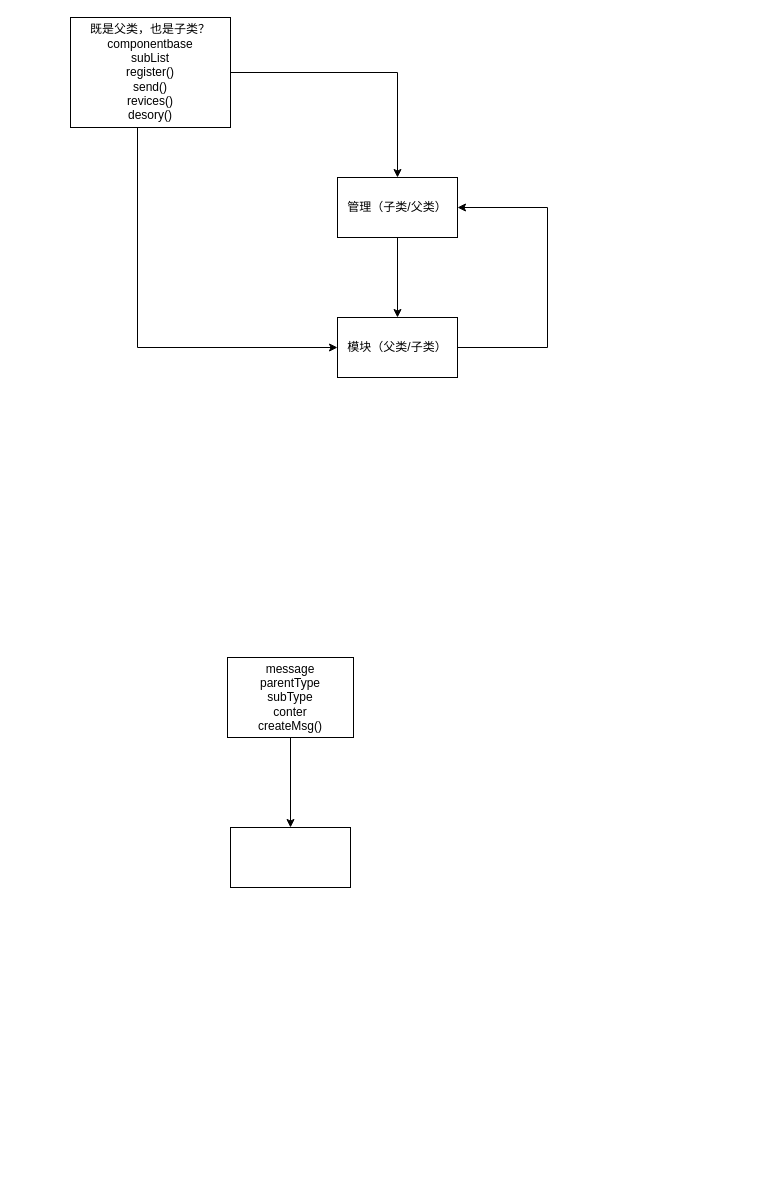
This is page "消息框架" (3 of 3) of Untitled Diagram.drawio from 605682883/flowPhoto, a draw.io file, before an edit. Source tidied: cells renumbered, new cells numbered last; positions are measured from the earlier drawing's top-left corner, leaving out a move shared by most shapes. Both pictures are drawn from the tidied source at 100%, with x=0, y=0 at pixel (70, 17).
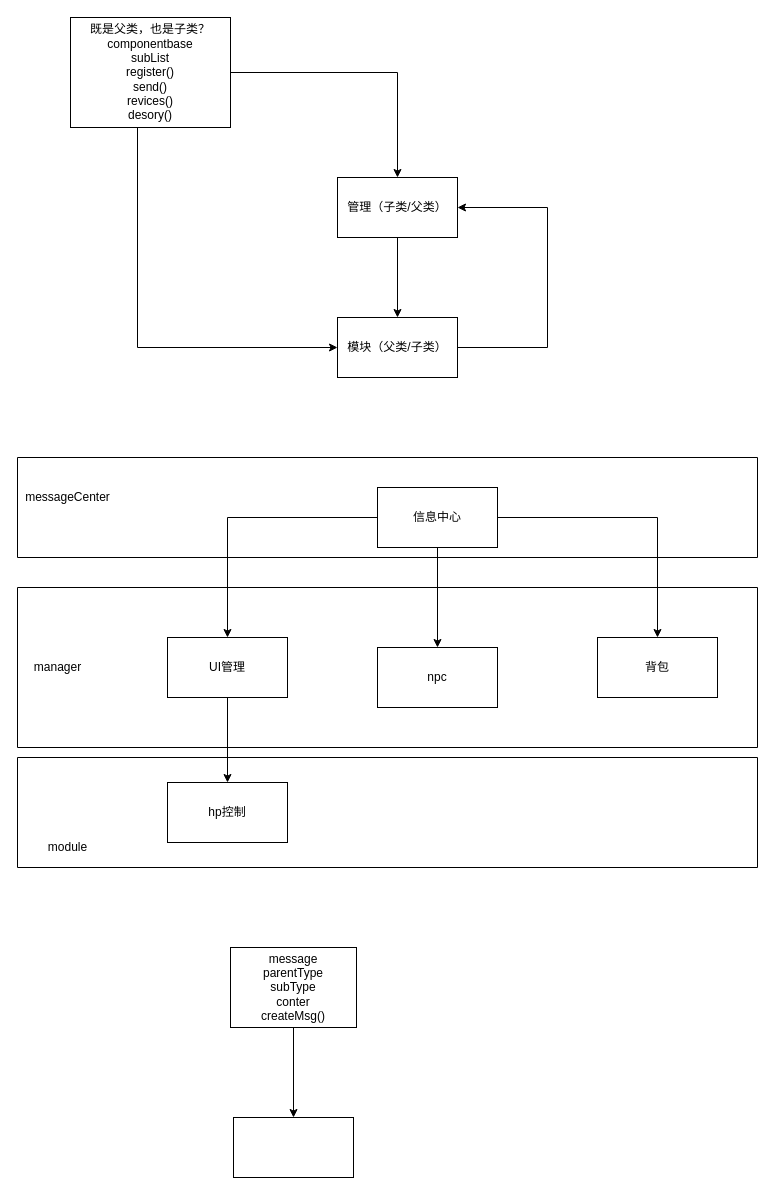
After the change.

Change to the diagram source:
```diff
@@
     <mxCell id="3" value="message&lt;br&gt;parentType&lt;br&gt;subType&lt;br&gt;conter&lt;br&gt;createMsg()" style="rounded=0;whiteSpace=wrap;html=1;" parent="1" vertex="1">
-      <mxGeometry x="157" y="640" width="126" height="80" as="geometry" />
+      <mxGeometry x="160" y="930" width="126" height="80" as="geometry" />
     </mxCell>
     <mxCell id="4" style="whiteSpace=wrap;html=1;rounded=0;" parent="1" vertex="1">
-      <mxGeometry x="160" y="810" width="120" height="60" as="geometry" />
+      <mxGeometry x="163" y="1100" width="120" height="60" as="geometry" />
     </mxCell>
@@
+    <mxCell id="12" style="edgeStyle=orthogonalEdgeStyle;rounded=0;jettySize=auto;html=1;" parent="1" edge="1" source="25" target="17">
+      <mxGeometry relative="1" as="geometry" />
+    </mxCell>
+    <mxCell id="13" style="edgeStyle=orthogonalEdgeStyle;rounded=0;jettySize=auto;html=1;" parent="1" edge="1" source="25" target="18">
+      <mxGeometry relative="1" as="geometry" />
+    </mxCell>
+    <mxCell id="14" style="edgeStyle=orthogonalEdgeStyle;rounded=0;jettySize=auto;html=1;" parent="1" edge="1" source="25" target="19">
+      <mxGeometry relative="1" as="geometry" />
+    </mxCell>
+    <mxCell id="15" style="edgeStyle=orthogonalEdgeStyle;rounded=0;jettySize=auto;html=1;" parent="1" edge="1" source="17" target="22">
+      <mxGeometry relative="1" as="geometry" />
+    </mxCell>
+    <mxCell id="16" style="swimlane;startSize=0;" parent="1" vertex="1">
+      <mxGeometry x="-53" y="570" width="740" height="160" as="geometry" />
+    </mxCell>
+    <mxCell id="17" value="UI管理" style="rounded=0;whiteSpace=wrap;html=1;" parent="16" vertex="1">
+      <mxGeometry x="150" y="50" width="120" height="60" as="geometry" />
+    </mxCell>
+    <mxCell id="18" value="npc" style="rounded=0;whiteSpace=wrap;html=1;" parent="16" vertex="1">
+      <mxGeometry x="360" y="60" width="120" height="60" as="geometry" />
+    </mxCell>
+    <mxCell id="19" value="背包" style="rounded=0;whiteSpace=wrap;html=1;" parent="16" vertex="1">
+      <mxGeometry x="580" y="50" width="120" height="60" as="geometry" />
+    </mxCell>
+    <mxCell id="20" value="manager" style="text;html=1;align=center;verticalAlign=middle;strokeColor=none;fillColor=none;" parent="1" vertex="1">
+      <mxGeometry x="-43" y="640" width="60" height="20" as="geometry" />
+    </mxCell>
+    <mxCell id="21" style="swimlane;startSize=0;" parent="1" vertex="1">
+      <mxGeometry x="-53" y="740" width="740" height="110" as="geometry" />
+    </mxCell>
+    <mxCell id="22" value="hp控制" style="rounded=0;whiteSpace=wrap;html=1;" parent="21" vertex="1">
+      <mxGeometry x="150" y="25" width="120" height="60" as="geometry" />
+    </mxCell>
+    <mxCell id="23" value="module" style="text;html=1;align=center;verticalAlign=middle;strokeColor=none;fillColor=none;" parent="1" vertex="1">
+      <mxGeometry x="-28" y="820" width="50" height="20" as="geometry" />
+    </mxCell>
+    <mxCell id="24" style="swimlane;startSize=0;" parent="1" vertex="1">
+      <mxGeometry x="-53" y="440" width="740" height="100" as="geometry" />
+    </mxCell>
+    <mxCell id="25" value="信息中心" style="rounded=0;whiteSpace=wrap;html=1;" parent="24" vertex="1">
+      <mxGeometry x="360" y="30" width="120" height="60" as="geometry" />
+    </mxCell>
+    <mxCell id="26" value="messageCenter" style="text;html=1;align=center;verticalAlign=middle;strokeColor=none;fillColor=none;" parent="1" vertex="1">
+      <mxGeometry x="-53" y="470" width="100" height="20" as="geometry" />
+    </mxCell>
```
